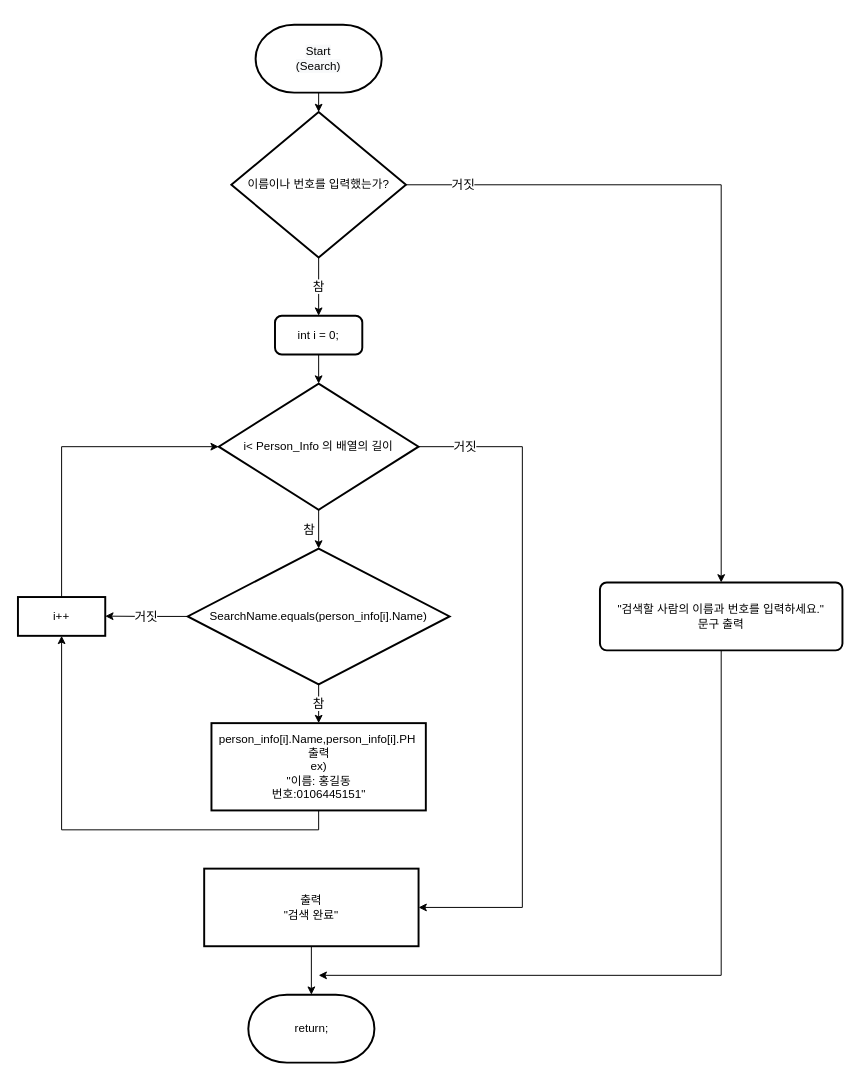
Above: 순서도/Search 기능.drawio in skatld123/PH_list_java (draw.io), before the change. Source tidied: cells renumbered, new cells numbered last; positions are measured from the earlier drawing's top-left corner, leaving out a move shared by most shapes. Both pictures are drawn from the tidied source at 97%, with x=0, y=0 at pixel (17, 24).
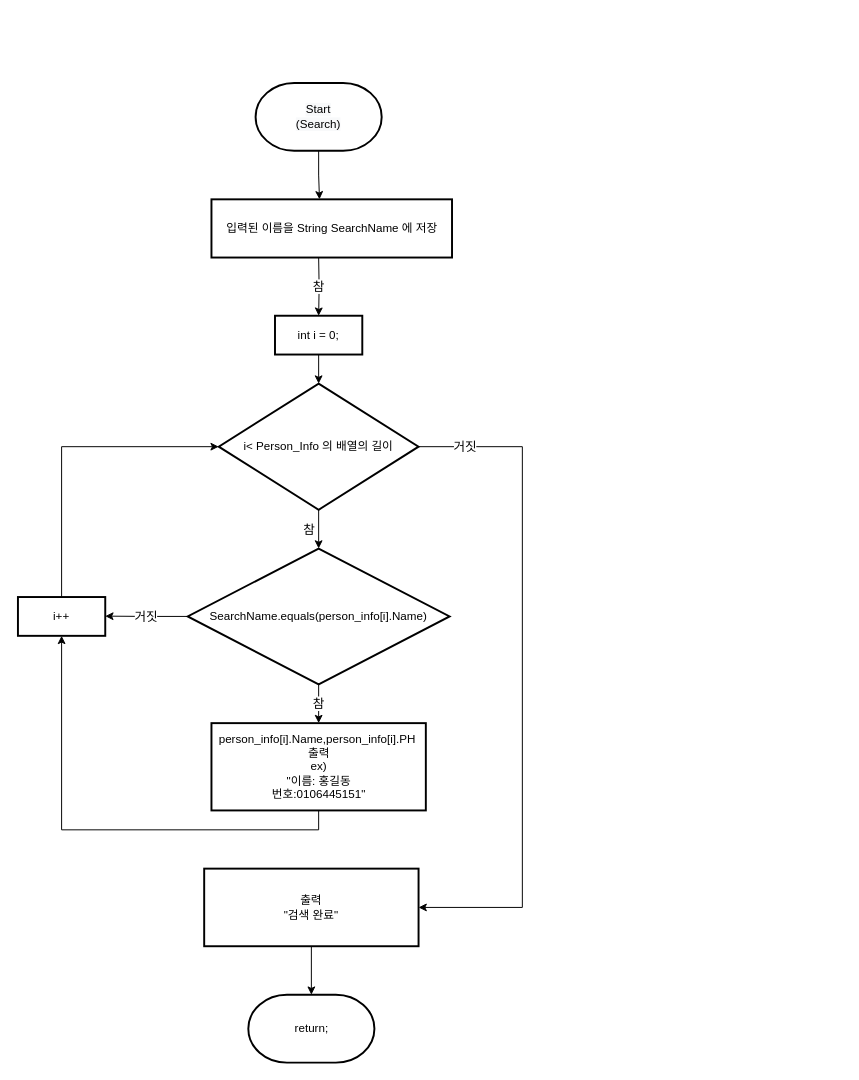
After the change.

Commit message:
Search 기능.drawio 업데이트

The edit, as a diff of the source:
```diff
@@
-    <mxCell id="7" style="edgeStyle=orthogonalEdgeStyle;rounded=0;jettySize=auto;html=1;exitX=0.5;exitY=1;exitDx=0;exitDy=0;exitPerimeter=0;entryX=0.5;entryY=0;entryDx=0;entryDy=0;entryPerimeter=0;fontSize=13;" parent="1" edge="1" source="8" target="21">
-      <mxGeometry relative="1" as="geometry" />
-    </mxCell>
+    <mxCell id="24" style="edgeStyle=orthogonalEdgeStyle;rounded=0;jettySize=auto;html=1;exitX=0.5;exitY=1;exitDx=0;exitDy=0;exitPerimeter=0;entryX=0.449;entryY=0;entryDx=0;entryDy=0;entryPerimeter=0;fontSize=13;" parent="1" edge="1" source="8" target="25">
+      <mxGeometry relative="1" as="geometry" />
+    </mxCell>
     <mxCell id="8" value="&#10;&#10;&lt;span style=&quot;color: rgb(0, 0, 0); font-family: helvetica; font-size: 12px; font-style: normal; font-weight: 400; letter-spacing: normal; text-align: center; text-indent: 0px; text-transform: none; word-spacing: 0px; background-color: rgb(248, 249, 250); display: inline; float: none;&quot;&gt;Start&lt;/span&gt;&lt;br style=&quot;color: rgb(0, 0, 0); font-family: helvetica; font-size: 12px; font-style: normal; font-weight: 400; letter-spacing: normal; text-align: center; text-indent: 0px; text-transform: none; word-spacing: 0px; background-color: rgb(248, 249, 250);&quot;&gt;&lt;span style=&quot;color: rgb(0, 0, 0); font-family: helvetica; font-size: 12px; font-style: normal; font-weight: 400; letter-spacing: normal; text-align: center; text-indent: 0px; text-transform: none; word-spacing: 0px; background-color: rgb(248, 249, 250); display: inline; float: none;&quot;&gt;(Search)&lt;/span&gt;&#10;&#10;" style="strokeWidth=2;html=1;shape=mxgraph.flowchart.terminator;whiteSpace=wrap;" parent="1" vertex="1">
-      <mxGeometry x="245" width="130" height="70" as="geometry" />
+      <mxGeometry x="245" y="60" width="130" height="70" as="geometry" />
     </mxCell>
@@
-    <mxCell id="16" value="int i = 0;" style="rounded=1;whiteSpace=wrap;html=1;absoluteArcSize=1;arcSize=14;strokeWidth=2;" parent="1" vertex="1">
+    <mxCell id="16" value="int i = 0;" style="rounded=1;whiteSpace=wrap;html=1;absoluteArcSize=1;arcSize=0;strokeWidth=2;" parent="1" vertex="1">
       <mxGeometry x="265" y="300" width="90" height="40" as="geometry" />
     </mxCell>
@@
-    <mxCell id="19" value="참" style="edgeStyle=orthogonalEdgeStyle;rounded=0;jettySize=auto;html=1;exitX=0.5;exitY=1;exitDx=0;exitDy=0;exitPerimeter=0;entryX=0.5;entryY=0;entryDx=0;entryDy=0;fontSize=13;" parent="1" edge="1" source="21" target="16">
-      <mxGeometry relative="1" as="geometry" />
+    <mxCell id="19" value="참" style="edgeStyle=orthogonalEdgeStyle;rounded=0;jettySize=auto;html=1;exitX=0.5;exitY=1;exitDx=0;exitDy=0;exitPerimeter=0;entryX=0.5;entryY=0;entryDx=0;entryDy=0;fontSize=13;" parent="1" edge="1" target="16">
+      <mxGeometry relative="1" as="geometry">
+        <mxPoint x="310" y="240" as="sourcePoint" />
+      </mxGeometry>
     </mxCell>
-    <mxCell id="20" value="거짓" style="edgeStyle=orthogonalEdgeStyle;rounded=0;jettySize=auto;html=1;exitX=1;exitY=0.5;exitDx=0;exitDy=0;exitPerimeter=0;entryX=0.5;entryY=0;entryDx=0;entryDy=0;fontSize=13;" parent="1" edge="1" source="21" target="23">
-      <mxGeometry x="-0.84" relative="1" as="geometry" />
-    </mxCell>
-    <mxCell id="21" value="이름이나 번호를 입력했는가?" style="strokeWidth=2;html=1;shape=mxgraph.flowchart.decision;whiteSpace=wrap;" parent="1" vertex="1">
-      <mxGeometry x="220" y="90" width="180" height="150" as="geometry" />
-    </mxCell>
-    <mxCell id="22" style="edgeStyle=orthogonalEdgeStyle;rounded=0;jettySize=auto;html=1;exitX=0.5;exitY=1;exitDx=0;exitDy=0;fontSize=13;" parent="1" edge="1" source="23">
-      <mxGeometry relative="1" as="geometry">
-        <mxPoint x="310" y="980" as="targetPoint" />
-        <Array as="points">
-          <mxPoint x="725" y="980" />
-        </Array>
-      </mxGeometry>
-    </mxCell>
-    <mxCell id="23" value="&quot;검색할 사람의 이름과 번호를 입력하세요.&quot;&lt;br&gt;문구 출력" style="rounded=1;whiteSpace=wrap;html=1;absoluteArcSize=1;arcSize=14;strokeWidth=2;" parent="1" vertex="1">
-      <mxGeometry x="600" y="575" width="250" height="70" as="geometry" />
-    </mxCell>
+    <mxCell id="25" value="입력된 이름을 String SearchName 에 저장" style="rounded=1;whiteSpace=wrap;html=1;absoluteArcSize=1;arcSize=0;strokeWidth=2;" parent="1" vertex="1">
+      <mxGeometry x="199.5" y="180" width="248" height="60" as="geometry" />
+    </mxCell>
```
